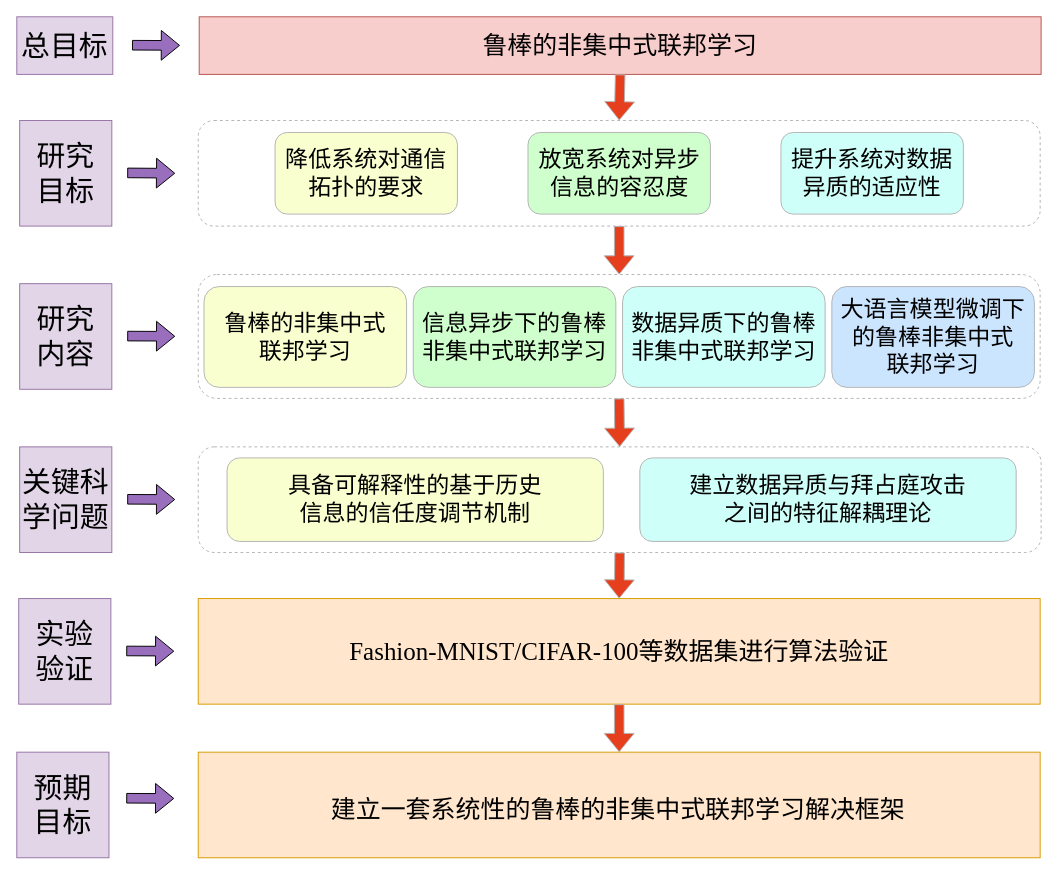
Earlier version of the draw.io diagram messy/研究框架.drawio (Lumos598/drawio). Source tidied: cells renumbered, new cells numbered last; positions are measured from the earlier drawing's top-left corner, leaving out a move shared by most shapes. Both pictures are drawn from the tidied source at 96%, with x=0, y=0 at pixel (16, 16).
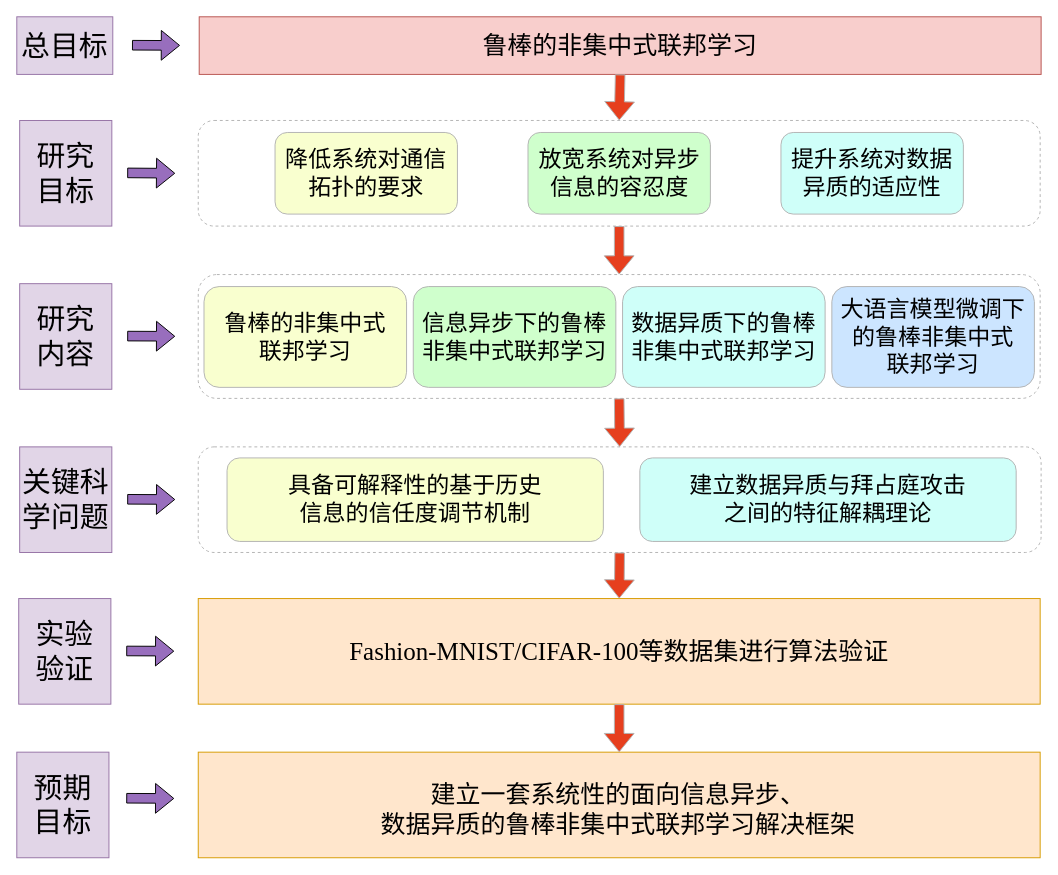
The same diagram, later.

Change to the diagram source:
```diff
@@
-    <mxCell id="33" value="&lt;div&gt;&lt;font face=&quot;Times New Roman&quot;&gt;&lt;span style=&quot;font-size: 26px;&quot;&gt;建立一套系统性的鲁棒的非集中式联邦学习解决框架&lt;/span&gt;&lt;/font&gt;&lt;/div&gt;" style="text;html=1;align=center;verticalAlign=middle;whiteSpace=wrap;rounded=0;" parent="1" vertex="1">
+    <mxCell id="33" value="&lt;div&gt;&lt;span style=&quot;background-color: transparent; font-size: 26px;&quot;&gt;&lt;font face=&quot;Times New Roman&quot;&gt;建立一套系统性的面向信息异步、&lt;/font&gt;&lt;/span&gt;&lt;/div&gt;&lt;div&gt;&lt;span style=&quot;background-color: transparent; font-size: 26px;&quot;&gt;&lt;font face=&quot;Times New Roman&quot;&gt;数据异质的鲁棒非集中式联邦学习解决框架&lt;/font&gt;&lt;/span&gt;&lt;/div&gt;" style="text;html=1;align=center;verticalAlign=middle;whiteSpace=wrap;rounded=0;" parent="1" vertex="1">
       <mxGeometry x="188" y="811" width="877" height="30" as="geometry" />
     </mxCell>
```
